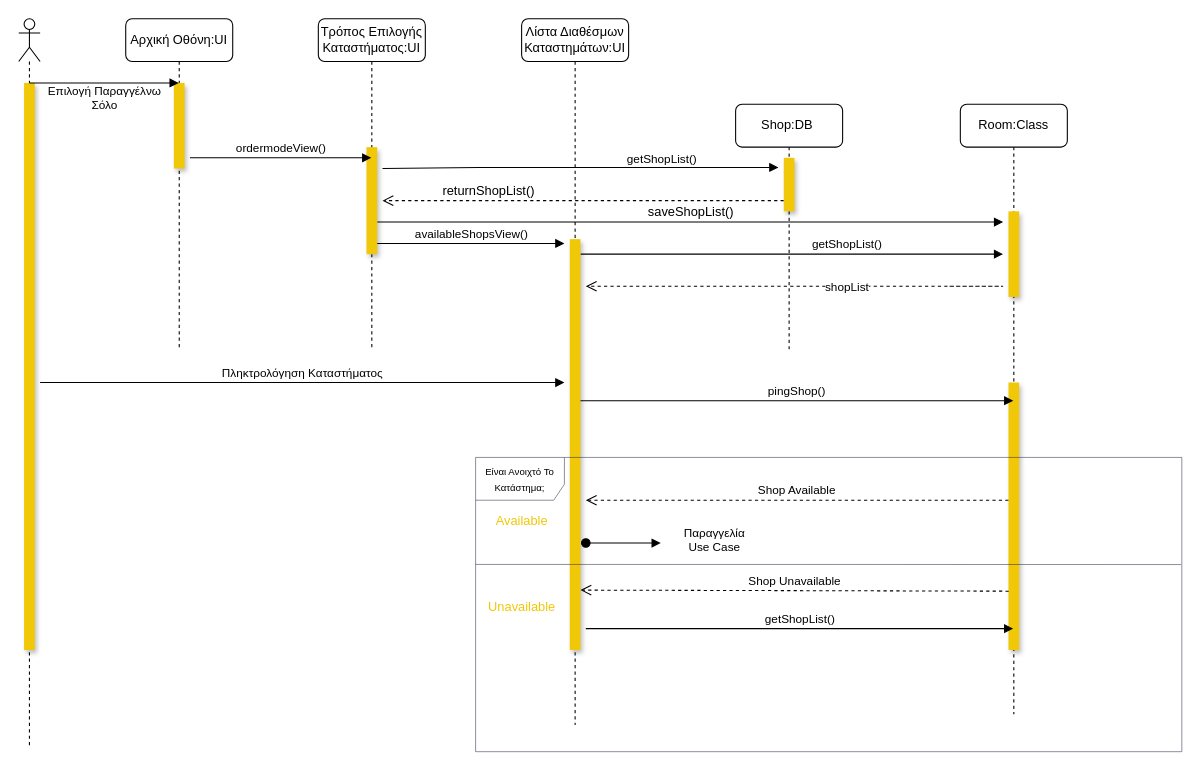
Above: docs/contributions/Kout-ou/Phase 5/Use Case Solo Shop Decided/ivedecided_seq.drawio in iloudaros/nomnomr (draw.io), before the change. Source tidied: cells renumbered, new cells numbered last; positions are measured from the earlier drawing's top-left corner, leaving out a move shared by most shapes. Both pictures are drawn from the tidied source at 107%, with x=0, y=0 at pixel (18, 18).
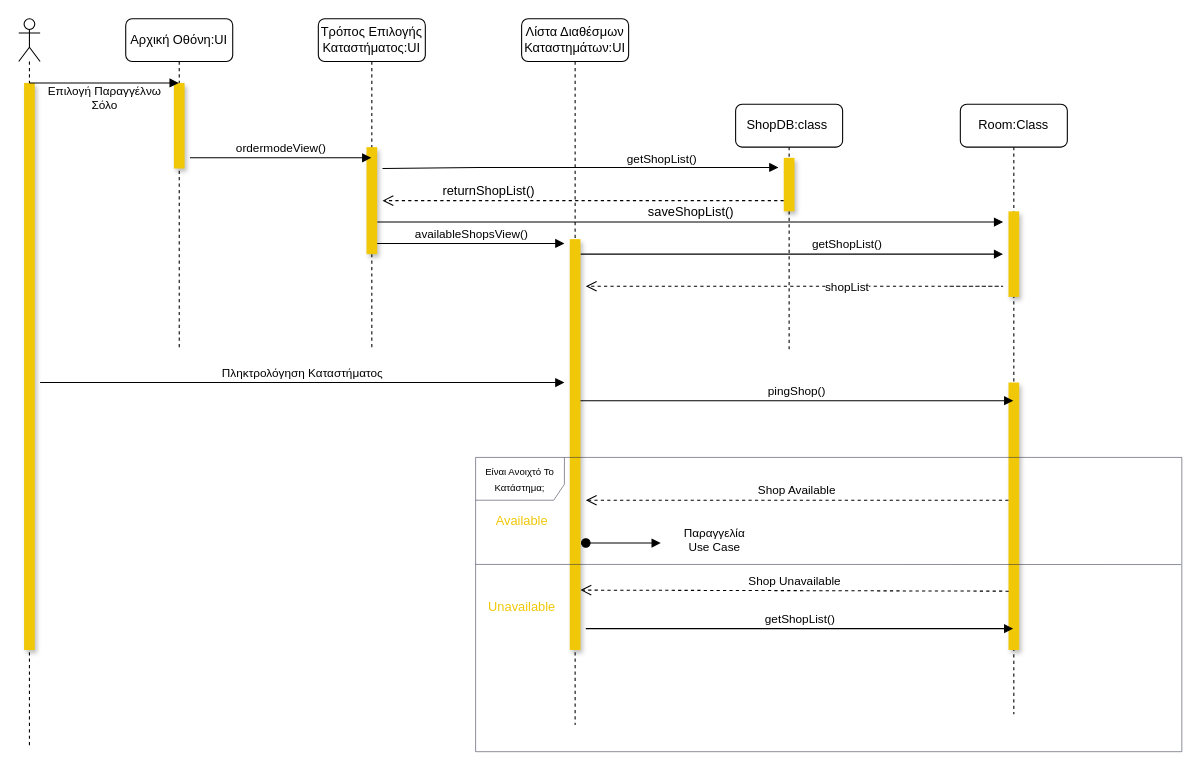
After the change.

Commit message (it also covers changes not shown here):
class names corrections

Change to the diagram source:
```diff
@@
-    <mxCell id="12" value="Shop:DB&amp;nbsp;" style="shape=umlLifeline;perimeter=lifelinePerimeter;whiteSpace=wrap;html=1;rounded=1;" parent="1" vertex="1">
+    <mxCell id="12" value="ShopDB:class&amp;nbsp;" style="shape=umlLifeline;perimeter=lifelinePerimeter;whiteSpace=wrap;html=1;rounded=1;" parent="1" vertex="1">
       <mxGeometry x="670" y="80" width="100" height="230" as="geometry" />
     </mxCell>
```
